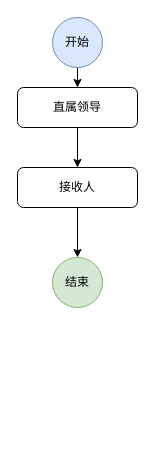
Above: 危害岗位体检提醒单.drawio in pbm0802/GitIDEATest (draw.io), before the change. Source tidied: cells renumbered, new cells numbered last; positions are measured from the earlier drawing's top-left corner, leaving out a move shared by most shapes. Both pictures are drawn from the tidied source at 100%, with x=0, y=0 at pixel (17, 17).
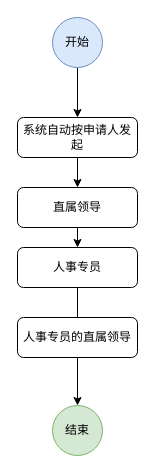
The same page after the edit.

Commit message (it also covers changes not shown here):
更新危害岗位体检提醒单.drawio

Diff of the diagram source:
```diff
@@
 <mxGraphModel>
   <root>
     <mxCell id="0" />
     <mxCell id="1" parent="0" />
     <mxCell id="2" style="edgeStyle=orthogonalEdgeStyle;rounded=0;jettySize=auto;html=1;exitX=0.5;exitY=1;exitDx=0;exitDy=0;entryX=0.5;entryY=0;entryDx=0;entryDy=0;" parent="1" edge="1" source="3" target="8">
       <mxGeometry relative="1" as="geometry" />
     </mxCell>
-    <mxCell id="3" value="直属领导" style="rounded=1;whiteSpace=wrap;html=1;fontSize=12;glass=0;strokeWidth=1;shadow=0;" parent="1" vertex="1">
-      <mxGeometry y="70" width="120" height="40" as="geometry" />
+    <mxCell id="3" value="系统自动按申请人发起" style="rounded=1;whiteSpace=wrap;html=1;fontSize=12;glass=0;strokeWidth=1;shadow=0;" parent="1" vertex="1">
+      <mxGeometry y="100" width="120" height="40" as="geometry" />
     </mxCell>
     <mxCell id="4" style="edgeStyle=orthogonalEdgeStyle;rounded=0;jettySize=auto;html=1;exitX=0.5;exitY=1;exitDx=0;exitDy=0;entryX=0.5;entryY=0;entryDx=0;entryDy=0;" parent="1" edge="1" source="5" target="3">
       <mxGeometry relative="1" as="geometry" />
     </mxCell>
     <mxCell id="5" value="开始" style="ellipse;whiteSpace=wrap;html=1;fillColor=#dae8fc;strokeColor=#6c8ebf;" parent="1" vertex="1">
       <mxGeometry x="35" width="50" height="50" as="geometry" />
     </mxCell>
     <mxCell id="6" value="结束" style="ellipse;whiteSpace=wrap;html=1;fillColor=#d5e8d4;strokeColor=#82b366;" parent="1" vertex="1">
-      <mxGeometry x="35" y="240" width="50" height="50" as="geometry" />
+      <mxGeometry x="35" y="388" width="50" height="50" as="geometry" />
     </mxCell>
-    <mxCell id="7" style="edgeStyle=orthogonalEdgeStyle;rounded=0;jettySize=auto;html=1;exitX=0.5;exitY=1;exitDx=0;exitDy=0;entryX=0.5;entryY=0;entryDx=0;entryDy=0;" parent="1" edge="1" source="8" target="6">
+    <mxCell id="7" style="edgeStyle=orthogonalEdgeStyle;rounded=0;jettySize=auto;html=1;exitX=0.5;exitY=1;exitDx=0;exitDy=0;entryX=0.5;entryY=0;entryDx=0;entryDy=0;" parent="1" edge="1" source="10" target="6">
       <mxGeometry relative="1" as="geometry" />
     </mxCell>
-    <mxCell id="8" value="接收人" style="rounded=1;whiteSpace=wrap;html=1;fontSize=12;glass=0;strokeWidth=1;shadow=0;" parent="1" vertex="1">
-      <mxGeometry y="150" width="120" height="40" as="geometry" />
+    <mxCell id="8" value="直属领导" style="rounded=1;whiteSpace=wrap;html=1;fontSize=12;glass=0;strokeWidth=1;shadow=0;" parent="1" vertex="1">
+      <mxGeometry y="170" width="120" height="40" as="geometry" />
     </mxCell>
+    <mxCell id="9" style="edgeStyle=orthogonalEdgeStyle;rounded=0;jettySize=auto;html=1;exitX=0.5;exitY=1;exitDx=0;exitDy=0;entryX=0.5;entryY=0;entryDx=0;entryDy=0;" parent="1" edge="1" source="8" target="10">
+      <mxGeometry relative="1" as="geometry" />
+    </mxCell>
+    <mxCell id="10" value="人事专员" style="rounded=1;whiteSpace=wrap;html=1;fontSize=12;glass=0;strokeWidth=1;shadow=0;" parent="1" vertex="1">
+      <mxGeometry y="230" width="120" height="40" as="geometry" />
+    </mxCell>
+    <mxCell id="11" value="人事专员的直属领导" style="rounded=1;whiteSpace=wrap;html=1;fontSize=12;glass=0;strokeWidth=1;shadow=0;" parent="1" vertex="1">
+      <mxGeometry y="300" width="120" height="40" as="geometry" />
+    </mxCell>
   </root>
 </mxGraphModel>
```
